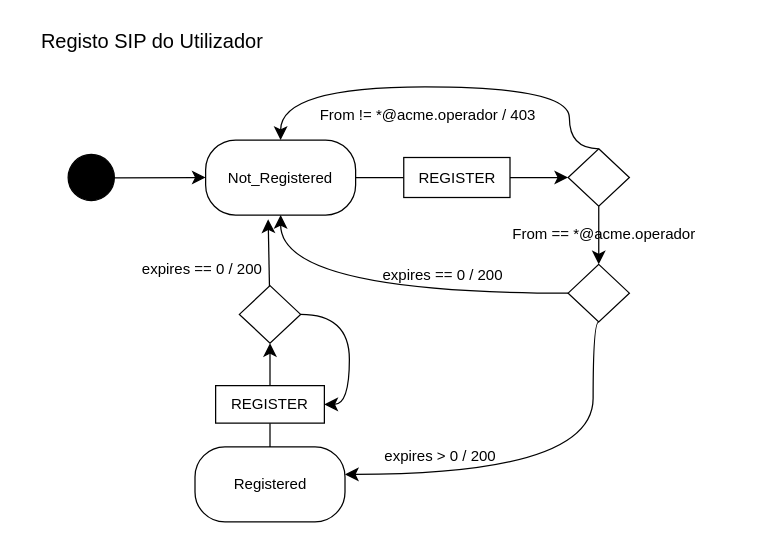
The draw.io diagram Diagramas/Diagrama de estados/Registo SIP do Utilizador.drawio in catarina-7/IGRS25G11, before the edit. Source tidied: cells renumbered, new cells numbered last; positions are measured from the earlier drawing's top-left corner, leaving out a move shared by most shapes. Both pictures are drawn from the tidied source at 125%, with x=0, y=0 at pixel (21, 21).
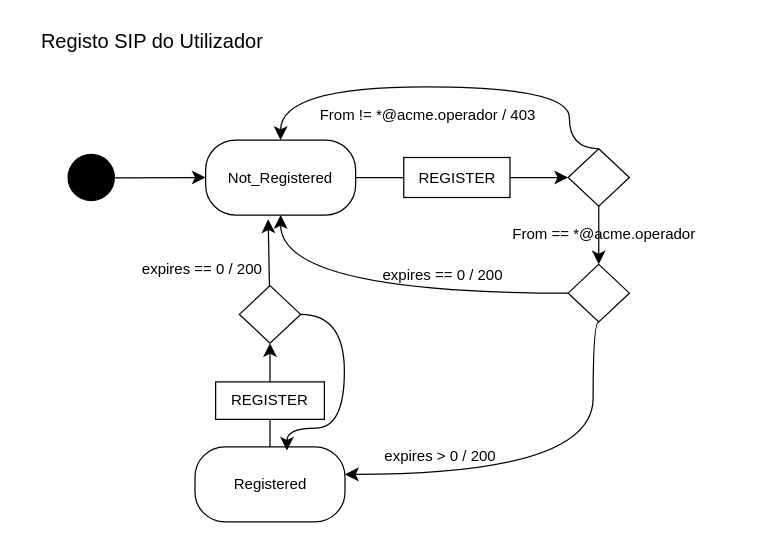
After the change.

Commit message (it also covers changes not shown here):
Alteração Diagrama de Estados REegisto SIP

Register -> Register

Unchanged cells that the change refers to:
```xml
<mxCell id="8" value="Registered" style="rounded=1;whiteSpace=wrap;html=1;arcSize=40;" parent="1" vertex="1">
  <mxGeometry x="138.5" y="340" width="120" height="60" as="geometry" />
</mxCell>
<mxCell id="22" style="rhombus;whiteSpace=wrap;html=1;" parent="1" vertex="1">
  <mxGeometry x="174" y="211" width="49" height="46" as="geometry" />
</mxCell>
```

What changed in the source:
```diff
@@
-    <mxCell id="21" style="edgeStyle=orthogonalEdgeStyle;curved=1;rounded=0;jettySize=auto;html=1;exitX=1;exitY=0.5;exitDx=0;exitDy=0;entryX=1;entryY=0.5;entryDx=0;entryDy=0;fontSize=12;startSize=8;endSize=8;" parent="1" edge="1" source="22" target="24">
-      <mxGeometry relative="1" as="geometry" />
+    <mxCell id="21" style="edgeStyle=orthogonalEdgeStyle;curved=1;rounded=0;jettySize=auto;html=1;exitX=1;exitY=0.5;exitDx=0;exitDy=0;entryX=0.613;entryY=0.05;entryDx=0;entryDy=0;fontSize=12;startSize=8;endSize=8;entryPerimeter=0;" parent="1" edge="1" source="22" target="8">
+      <mxGeometry relative="1" as="geometry">
+        <Array as="points">
+          <mxPoint x="258" y="234" />
+          <mxPoint x="258" y="325" />
+          <mxPoint x="212" y="325" />
+        </Array>
+      </mxGeometry>
     </mxCell>
@@
     <mxCell id="24" value="REGISTER" style="rounded=0;whiteSpace=wrap;html=1;" parent="1" vertex="1">
-      <mxGeometry x="155" y="291" width="87" height="30" as="geometry" />
+      <mxGeometry x="155" y="288" width="87" height="30" as="geometry" />
     </mxCell>
```
